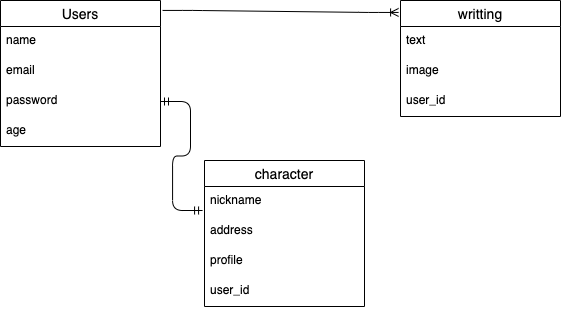
Above: read.png in Tomoki06arkw/RELAXATION-DAIRY (draw.io), before the change. Source tidied: cells renumbered, new cells last; positions are measured from the earlier drawing's top-left corner, leaving out a move shared by most shapes. Source of this version:
```xml
<mxGraphModel>
  <root>
    <mxCell id="0" />
    <mxCell id="1" parent="0" />
    <mxCell id="2" value="Users" style="swimlane;fontStyle=0;horizontal=1;startSize=26;align=center;fontSize=14;" parent="1" vertex="1">
      <mxGeometry width="160" height="146" as="geometry" />
    </mxCell>
    <mxCell id="3" value="name" style="text;strokeColor=none;fillColor=none;spacingLeft=4;spacingRight=4;overflow=hidden;fontSize=12;" parent="2" vertex="1">
      <mxGeometry y="26" width="160" height="30" as="geometry" />
    </mxCell>
    <mxCell id="4" value="email" style="text;strokeColor=none;fillColor=none;spacingLeft=4;spacingRight=4;overflow=hidden;fontSize=12;" parent="2" vertex="1">
      <mxGeometry y="56" width="160" height="30" as="geometry" />
    </mxCell>
    <mxCell id="5" value="password" style="text;strokeColor=none;fillColor=none;spacingLeft=4;spacingRight=4;overflow=hidden;points=[[0,0.5],[1,0.5]];portConstraint=eastwest;fontSize=12;" parent="2" vertex="1">
      <mxGeometry y="86" width="160" height="30" as="geometry" />
    </mxCell>
    <mxCell id="6" value="age" style="text;strokeColor=none;fillColor=none;spacingLeft=4;spacingRight=4;overflow=hidden;fontSize=12;" parent="2" vertex="1">
      <mxGeometry y="116" width="160" height="30" as="geometry" />
    </mxCell>
    <mxCell id="7" value="character" style="swimlane;fontStyle=0;horizontal=1;startSize=26;align=center;fontSize=14;" parent="1" vertex="1">
      <mxGeometry x="204" y="160" width="160" height="146" as="geometry" />
    </mxCell>
    <mxCell id="8" value="nickname" style="text;strokeColor=none;fillColor=none;spacingLeft=4;spacingRight=4;overflow=hidden;points=[[0,0.5],[1,0.5]];portConstraint=eastwest;fontSize=12;" parent="7" vertex="1">
      <mxGeometry y="26" width="160" height="30" as="geometry" />
    </mxCell>
    <mxCell id="9" value="address" style="text;strokeColor=none;fillColor=none;spacingLeft=4;spacingRight=4;overflow=hidden;fontSize=12;" parent="7" vertex="1">
      <mxGeometry y="56" width="160" height="30" as="geometry" />
    </mxCell>
    <mxCell id="10" value="profile" style="text;strokeColor=none;fillColor=none;spacingLeft=4;spacingRight=4;overflow=hidden;fontSize=12;" parent="7" vertex="1">
      <mxGeometry y="86" width="160" height="30" as="geometry" />
    </mxCell>
    <mxCell id="11" value="user_id" style="text;strokeColor=none;fillColor=none;spacingLeft=4;spacingRight=4;overflow=hidden;fontSize=12;" parent="7" vertex="1">
      <mxGeometry y="116" width="160" height="30" as="geometry" />
    </mxCell>
    <mxCell id="12" style="edgeStyle=entityRelationEdgeStyle;fontSize=12;html=1;endArrow=ERmandOne;startArrow=ERmandOne;exitX=1;exitY=0.5;exitDx=0;exitDy=0;entryX=-0.012;entryY=0.8;entryDx=0;entryDy=0;entryPerimeter=0;" parent="1" edge="1" source="5" target="8">
      <mxGeometry relative="1" as="geometry" />
    </mxCell>
    <mxCell id="13" value="writting" style="swimlane;fontStyle=0;horizontal=1;startSize=26;align=center;fontSize=14;" parent="1" vertex="1">
      <mxGeometry x="400" width="160" height="116" as="geometry" />
    </mxCell>
    <mxCell id="14" value="text" style="text;strokeColor=none;fillColor=none;spacingLeft=4;spacingRight=4;overflow=hidden;fontSize=12;" parent="13" vertex="1">
      <mxGeometry y="26" width="160" height="30" as="geometry" />
    </mxCell>
    <mxCell id="15" value="image" style="text;strokeColor=none;fillColor=none;spacingLeft=4;spacingRight=4;overflow=hidden;fontSize=12;" parent="13" vertex="1">
      <mxGeometry y="56" width="160" height="30" as="geometry" />
    </mxCell>
    <mxCell id="16" value="user_id" style="text;strokeColor=none;fillColor=none;spacingLeft=4;spacingRight=4;overflow=hidden;fontSize=12;" parent="13" vertex="1">
      <mxGeometry y="86" width="160" height="30" as="geometry" />
    </mxCell>
    <mxCell id="17" style="edgeStyle=entityRelationEdgeStyle;fontSize=12;html=1;endArrow=ERoneToMany;exitX=1.013;exitY=0.068;exitDx=0;exitDy=0;exitPerimeter=0;entryX=-0.012;entryY=0.103;entryDx=0;entryDy=0;entryPerimeter=0;" parent="1" edge="1" source="2" target="13">
      <mxGeometry relative="1" as="geometry" />
    </mxCell>
  </root>
</mxGraphModel>
```
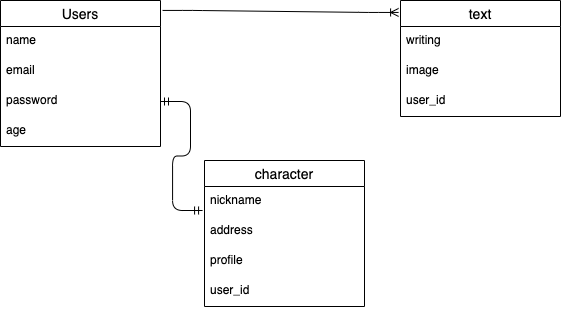
The same diagram one commit later.

Diff of the diagram source:
```diff
@@ -35,10 +35,10 @@
     <mxCell id="12" style="edgeStyle=entityRelationEdgeStyle;fontSize=12;html=1;endArrow=ERmandOne;startArrow=ERmandOne;exitX=1;exitY=0.5;exitDx=0;exitDy=0;entryX=-0.012;entryY=0.8;entryDx=0;entryDy=0;entryPerimeter=0;" parent="1" edge="1" source="5" target="8">
       <mxGeometry relative="1" as="geometry" />
     </mxCell>
-    <mxCell id="13" value="writting" style="swimlane;fontStyle=0;horizontal=1;startSize=26;align=center;fontSize=14;" parent="1" vertex="1">
+    <mxCell id="13" value="text" style="swimlane;fontStyle=0;horizontal=1;startSize=26;align=center;fontSize=14;" parent="1" vertex="1">
       <mxGeometry x="400" width="160" height="116" as="geometry" />
     </mxCell>
-    <mxCell id="14" value="text" style="text;strokeColor=none;fillColor=none;spacingLeft=4;spacingRight=4;overflow=hidden;fontSize=12;" parent="13" vertex="1">
+    <mxCell id="14" value="writing" style="text;strokeColor=none;fillColor=none;spacingLeft=4;spacingRight=4;overflow=hidden;fontSize=12;" parent="13" vertex="1">
       <mxGeometry y="26" width="160" height="30" as="geometry" />
     </mxCell>
     <mxCell id="15" value="image" style="text;strokeColor=none;fillColor=none;spacingLeft=4;spacingRight=4;overflow=hidden;fontSize=12;" parent="13" vertex="1">
```
